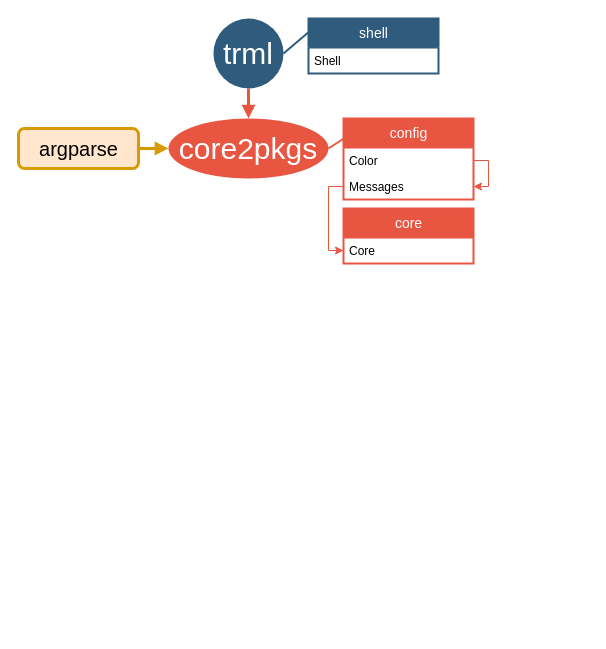
Above: Package_tree.drawio in DmitryRyumin/pkgs (draw.io), before the change. Source tidied: cells renumbered, new cells numbered last; positions are measured from the earlier drawing's top-left corner, leaving out a move shared by most shapes. Both pictures are drawn from the tidied source at 100%, with x=0, y=0 at pixel (18, 18).
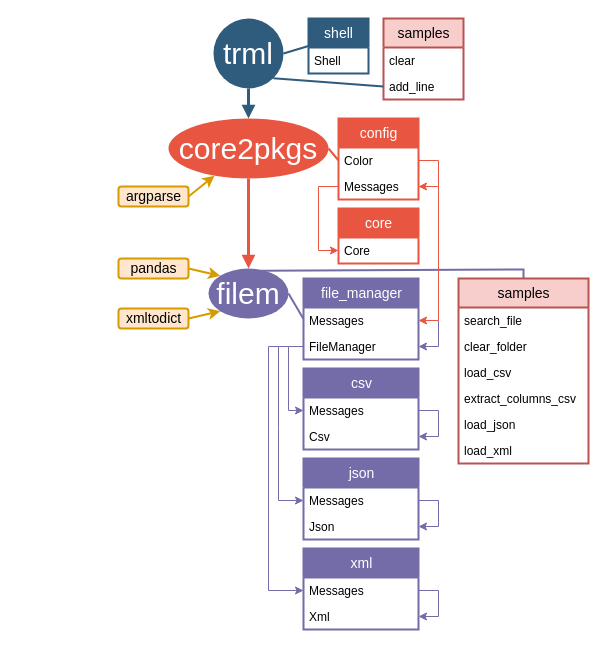
The same diagram, later.

The change refers to these unchanged cells:
```xml
<mxCell id="4" value="trml" style="ellipse;whiteSpace=wrap;html=1;shadow=0;fontFamily=Helvetica;fontSize=30;fontColor=#FFFFFF;align=center;strokeColor=none;strokeWidth=6;fillColor=#2F5B7C;fontStyle=0;gradientColor=none;" parent="1" vertex="1">
  <mxGeometry x="195" width="70" height="70" as="geometry" />
</mxCell>
<mxCell id="5" value="core2pkgs" style="ellipse;whiteSpace=wrap;html=1;shadow=0;fontFamily=Helvetica;fontSize=30;fontColor=#FFFFFF;align=center;strokeColor=none;strokeWidth=6;fillColor=#E85642;fontStyle=0;gradientColor=none;" parent="1" vertex="1">
  <mxGeometry x="150" y="100" width="160" height="60" as="geometry" />
</mxCell>
```

What changed in the source:
```diff
@@
+    <mxCell id="18" style="edgeStyle=none;endArrow=none;strokeWidth=2;strokeColor=#736CA8;html=1;entryX=0.5;entryY=0;entryDx=0;entryDy=0;rounded=0;exitX=0.647;exitY=0.043;exitDx=0;exitDy=0;exitPerimeter=0;" parent="1" edge="1" source="23" target="50">
+      <mxGeometry x="-624.5" y="-85" as="geometry">
+        <Array as="points">
+          <mxPoint x="505" y="251" />
+        </Array>
+      </mxGeometry>
+    </mxCell>
-    <mxCell id="2" style="edgeStyle=none;endArrow=none;strokeWidth=2;strokeColor=#2F5B7C;html=1;entryX=1;entryY=0.5;entryDx=0;entryDy=0;exitX=0;exitY=0.25;exitDx=0;exitDy=0;" parent="1" edge="1" source="6" target="4">
+    <mxCell id="2" style="edgeStyle=none;endArrow=none;strokeWidth=2;strokeColor=#2F5B7C;html=1;entryX=1;entryY=0.5;entryDx=0;entryDy=0;exitX=0;exitY=0.5;exitDx=0;exitDy=0;" parent="1" edge="1" source="6" target="4">
       <mxGeometry x="-644.5" y="-105" as="geometry" />
     </mxCell>
-    <mxCell id="3" style="edgeStyle=orthogonalEdgeStyle;rounded=0;jettySize=auto;html=1;startSize=30;strokeColor=#E85642;strokeWidth=3;fontSize=30;fontColor=#000000;endArrow=block;endFill=1;" parent="1" edge="1" source="4" target="5">
+    <mxCell id="3" style="edgeStyle=orthogonalEdgeStyle;rounded=0;jettySize=auto;html=1;startSize=30;strokeColor=#2F5B7C;strokeWidth=3;fontSize=30;fontColor=#000000;endArrow=block;endFill=1;" parent="1" edge="1" source="4" target="5">
       <mxGeometry relative="1" as="geometry" />
     </mxCell>
@@
     <mxCell id="6" value="shell" style="swimlane;fontStyle=0;horizontal=1;startSize=29;fillColor=#2F5B7C;swimlaneFillColor=#ffffff;align=center;fontSize=14;rounded=0;shadow=0;strokeWidth=2;fontColor=#FFFFFF;spacing=2;spacingTop=0;strokeColor=#2F5B7C;swimlaneLine=1;html=1;overflow=visible;" parent="1" vertex="1">
-      <mxGeometry x="290" width="130" height="55" as="geometry" />
+      <mxGeometry x="290" width="60" height="55" as="geometry" />
     </mxCell>
     <mxCell id="7" value="Shell" style="text;spacingLeft=4;spacingRight=4;overflow=hidden;fontSize=12;perimeterSpacing=0;" parent="6" vertex="1">
-      <mxGeometry y="29" width="130" height="26" as="geometry" />
+      <mxGeometry y="29" width="60" height="26" as="geometry" />
     </mxCell>
-    <mxCell id="8" style="edgeStyle=none;endArrow=none;strokeWidth=2;strokeColor=#E85642;html=1;entryX=1;entryY=0.5;entryDx=0;entryDy=0;exitX=0;exitY=0.25;exitDx=0;exitDy=0;rounded=1;" parent="1" edge="1" source="9" target="5">
+    <mxCell id="8" style="edgeStyle=none;endArrow=none;strokeWidth=2;strokeColor=#E85642;html=1;entryX=1;entryY=0.5;entryDx=0;entryDy=0;exitX=0;exitY=0.5;exitDx=0;exitDy=0;rounded=1;" parent="1" edge="1" source="10" target="5">
       <mxGeometry x="-609.5" y="-5" as="geometry" />
     </mxCell>
     <mxCell id="9" value="config" style="swimlane;fontStyle=0;horizontal=1;startSize=29;fillColor=#E85642;swimlaneFillColor=#ffffff;align=center;fontSize=14;rounded=0;shadow=0;strokeWidth=2;fontColor=#FFFFFF;spacing=2;spacingTop=0;strokeColor=#E85642;swimlaneLine=1;html=1;overflow=visible;" parent="1" vertex="1">
-      <mxGeometry x="325" y="100" width="130" height="81" as="geometry" />
+      <mxGeometry x="320" y="100" width="80" height="81" as="geometry" />
     </mxCell>
     <mxCell id="10" value="Color" style="text;spacingLeft=4;spacingRight=4;overflow=hidden;points=[[0,0.5],[1,0.5]];portConstraint=eastwest;fontSize=12;perimeterSpacing=0;" parent="9" vertex="1">
-      <mxGeometry y="29" width="130" height="26" as="geometry" />
+      <mxGeometry y="29" width="80" height="26" as="geometry" />
     </mxCell>
     <mxCell id="11" value="Messages" style="text;spacingLeft=4;spacingRight=4;overflow=hidden;points=[[0,0.5],[1,0.5]];portConstraint=eastwest;fontSize=12;perimeterSpacing=0;" parent="9" vertex="1">
-      <mxGeometry y="55" width="130" height="26" as="geometry" />
+      <mxGeometry y="55" width="80" height="26" as="geometry" />
     </mxCell>
     <mxCell id="12" style="edgeStyle=none;endArrow=classic;strokeWidth=1;strokeColor=#E85642;html=1;entryX=1;entryY=0.5;entryDx=0;entryDy=0;rounded=0;exitX=1;exitY=0.5;exitDx=0;exitDy=0;endFill=1;" parent="9" edge="1" source="10" target="11">
       <mxGeometry x="-1934.5" y="-105" as="geometry">
         <Array as="points">
-          <mxPoint x="145" y="42" />
-          <mxPoint x="145" y="68" />
+          <mxPoint x="100" y="42" />
+          <mxPoint x="100" y="68" />
         </Array>
       </mxGeometry>
     </mxCell>
-    <mxCell id="13" style="edgeStyle=orthogonalEdgeStyle;rounded=1;jettySize=auto;html=1;startSize=30;endArrow=block;endFill=1;strokeColor=#D79B00;strokeWidth=3;fontSize=30;fontColor=#000000;" parent="1" edge="1" source="14" target="5">
+    <mxCell id="13" style="rounded=1;jettySize=auto;html=1;startSize=30;endArrow=classic;endFill=1;strokeColor=#D79B00;strokeWidth=2;fontSize=30;fontColor=#000000;exitX=1;exitY=0.5;exitDx=0;exitDy=0;" parent="1" edge="1" source="14" target="5">
       <mxGeometry relative="1" as="geometry" />
     </mxCell>
-    <mxCell id="14" value="&lt;pre&gt;&lt;font face=&quot;Helvetica&quot; style=&quot;font-size: 20px&quot;&gt;argparse&lt;/font&gt;&lt;/pre&gt;" style="rounded=1;fillColor=#ffe6cc;strokeColor=#D79B00;strokeWidth=3;shadow=0;html=1;" parent="1" vertex="1">
-      <mxGeometry y="110" width="120" height="40" as="geometry" />
+    <mxCell id="14" value="&lt;pre style=&quot;font-size: 14px;&quot;&gt;&lt;font face=&quot;Helvetica&quot; style=&quot;font-size: 14px;&quot;&gt;argparse&lt;/font&gt;&lt;/pre&gt;" style="rounded=1;fillColor=#ffe6cc;strokeColor=#D79B00;strokeWidth=2;shadow=0;html=1;fontSize=14;" parent="1" vertex="1">
+      <mxGeometry x="100" y="168" width="70" height="20" as="geometry" />
     </mxCell>
     <mxCell id="15" value="core" style="swimlane;fontStyle=0;horizontal=1;startSize=29;fillColor=#E85642;swimlaneFillColor=#ffffff;align=center;fontSize=14;rounded=0;shadow=0;strokeWidth=2;fontColor=#FFFFFF;spacing=2;spacingTop=0;strokeColor=#E85642;swimlaneLine=1;html=1;overflow=visible;" parent="1" vertex="1">
-      <mxGeometry x="325" y="190" width="130" height="55" as="geometry" />
+      <mxGeometry x="320" y="190" width="80" height="55" as="geometry" />
     </mxCell>
     <mxCell id="16" value="Core" style="text;spacingLeft=4;spacingRight=4;overflow=hidden;points=[[0,0.5],[1,0.5]];portConstraint=eastwest;fontSize=12;perimeterSpacing=0;" parent="15" vertex="1">
-      <mxGeometry y="29" width="130" height="26" as="geometry" />
+      <mxGeometry y="29" width="80" height="26" as="geometry" />
     </mxCell>
     <mxCell id="17" style="edgeStyle=none;endArrow=classic;strokeWidth=1;strokeColor=#E85642;html=1;entryX=0;entryY=0.5;entryDx=0;entryDy=0;rounded=0;exitX=0;exitY=0.5;exitDx=0;exitDy=0;endFill=1;" parent="1" edge="1" source="11" target="16">
       <mxGeometry x="-599.5" y="95" as="geometry">
         <Array as="points">
-          <mxPoint x="310" y="168" />
-          <mxPoint x="310" y="232" />
+          <mxPoint x="300" y="168" />
+          <mxPoint x="300" y="232" />
         </Array>
       </mxGeometry>
     </mxCell>
+    <mxCell id="19" value="samples" style="swimlane;fontStyle=0;horizontal=1;startSize=29;fillColor=#f8cecc;swimlaneFillColor=#ffffff;align=center;fontSize=14;rounded=0;shadow=0;strokeWidth=2;spacing=2;spacingTop=0;strokeColor=#B85450;swimlaneLine=1;html=1;overflow=visible;" parent="1" vertex="1">
+      <mxGeometry x="365" width="80" height="81" as="geometry" />
+    </mxCell>
+    <mxCell id="20" value="clear" style="text;spacingLeft=4;spacingRight=4;overflow=hidden;fontSize=12;perimeterSpacing=0;" parent="19" vertex="1">
+      <mxGeometry y="29" width="80" height="26" as="geometry" />
+    </mxCell>
+    <mxCell id="21" value="add_line" style="text;spacingLeft=4;spacingRight=4;overflow=hidden;points=[[0,0.5],[1,0.5]];portConstraint=eastwest;fontSize=12;perimeterSpacing=0;" parent="19" vertex="1">
+      <mxGeometry y="55" width="80" height="26" as="geometry" />
+    </mxCell>
+    <mxCell id="22" style="edgeStyle=none;endArrow=none;strokeWidth=2;strokeColor=#2F5B7C;html=1;entryX=1;entryY=1;entryDx=0;entryDy=0;rounded=0;exitX=0;exitY=0.5;exitDx=0;exitDy=0;" parent="1" edge="1" source="21" target="4">
+      <mxGeometry x="-634.5" y="-95" as="geometry" />
+    </mxCell>
+    <mxCell id="23" value="filem" style="ellipse;whiteSpace=wrap;html=1;shadow=0;fontFamily=Helvetica;fontSize=30;fontColor=#FFFFFF;align=center;strokeColor=none;strokeWidth=6;fillColor=#736CA8;fontStyle=0;gradientColor=none;" parent="1" vertex="1">
+      <mxGeometry x="190" y="250" width="80" height="50" as="geometry" />
+    </mxCell>
+    <mxCell id="24" style="edgeStyle=orthogonalEdgeStyle;rounded=0;jettySize=auto;html=1;startSize=30;strokeColor=#E85642;strokeWidth=3;fontSize=30;fontColor=#000000;endArrow=block;endFill=1;exitX=0.5;exitY=1;exitDx=0;exitDy=0;entryX=0.5;entryY=0;entryDx=0;entryDy=0;" parent="1" edge="1" source="5" target="23">
+      <mxGeometry relative="1" as="geometry" />
+    </mxCell>
+    <mxCell id="25" style="rounded=1;jettySize=auto;html=1;startSize=30;endArrow=classic;endFill=1;strokeColor=#D79B00;strokeWidth=2;fontSize=30;fontColor=#000000;exitX=1;exitY=0.5;exitDx=0;exitDy=0;entryX=0;entryY=0;entryDx=0;entryDy=0;" parent="1" edge="1" source="26" target="23">
+      <mxGeometry relative="1" as="geometry" />
+    </mxCell>
+    <mxCell id="26" value="&lt;pre style=&quot;font-size: 14px&quot;&gt;&lt;font face=&quot;Helvetica&quot; style=&quot;font-size: 14px&quot;&gt;pandas&lt;/font&gt;&lt;/pre&gt;" style="rounded=1;fillColor=#ffe6cc;strokeColor=#D79B00;strokeWidth=2;shadow=0;html=1;fontSize=14;" parent="1" vertex="1">
+      <mxGeometry x="100" y="240" width="70" height="20" as="geometry" />
+    </mxCell>
+    <mxCell id="27" style="rounded=1;jettySize=auto;html=1;startSize=30;endArrow=classic;endFill=1;strokeColor=#D79B00;strokeWidth=2;fontSize=30;fontColor=#000000;exitX=1;exitY=0.5;exitDx=0;exitDy=0;entryX=0;entryY=1;entryDx=0;entryDy=0;" parent="1" edge="1" source="28" target="23">
+      <mxGeometry relative="1" as="geometry" />
+    </mxCell>
+    <mxCell id="28" value="&lt;pre style=&quot;font-size: 14px&quot;&gt;&lt;font face=&quot;Helvetica&quot; style=&quot;font-size: 14px&quot;&gt;xmltodict&lt;/font&gt;&lt;/pre&gt;" style="rounded=1;fillColor=#ffe6cc;strokeColor=#D79B00;strokeWidth=2;shadow=0;html=1;fontSize=14;" parent="1" vertex="1">
+      <mxGeometry x="100" y="290" width="70" height="20" as="geometry" />
+    </mxCell>
+    <mxCell id="29" value="file_manager" style="swimlane;fontStyle=0;horizontal=1;startSize=29;fillColor=#736CA8;swimlaneFillColor=#ffffff;align=center;fontSize=14;rounded=0;shadow=0;strokeWidth=2;fontColor=#FFFFFF;spacing=2;spacingTop=0;strokeColor=#736CA8;swimlaneLine=1;html=1;overflow=visible;" parent="1" vertex="1">
+      <mxGeometry x="285" y="260" width="115" height="81" as="geometry" />
+    </mxCell>
+    <mxCell id="30" value="Messages" style="text;spacingLeft=4;spacingRight=4;overflow=hidden;points=[[0,0.5],[1,0.5]];portConstraint=eastwest;fontSize=12;perimeterSpacing=0;" parent="29" vertex="1">
+      <mxGeometry y="29" width="115" height="26" as="geometry" />
+    </mxCell>
+    <mxCell id="31" value="FileManager" style="text;spacingLeft=4;spacingRight=4;overflow=hidden;points=[[0,0.5],[1,0.5]];portConstraint=eastwest;fontSize=12;perimeterSpacing=0;" parent="29" vertex="1">
+      <mxGeometry y="55" width="115" height="26" as="geometry" />
+    </mxCell>
+    <mxCell id="32" style="edgeStyle=none;endArrow=classic;strokeWidth=1;strokeColor=#736CA8;html=1;entryX=1;entryY=0.5;entryDx=0;entryDy=0;rounded=0;endFill=1;" parent="29" edge="1" target="31">
+      <mxGeometry x="-3219.5" y="-365" as="geometry">
+        <mxPoint x="135" y="42" as="sourcePoint" />
+        <Array as="points">
+          <mxPoint x="135" y="68" />
+        </Array>
+      </mxGeometry>
+    </mxCell>
+    <mxCell id="33" style="edgeStyle=none;endArrow=none;strokeWidth=2;strokeColor=#736CA8;html=1;entryX=1;entryY=0.5;entryDx=0;entryDy=0;exitX=0;exitY=0.5;exitDx=0;exitDy=0;rounded=1;" parent="1" edge="1" source="29" target="23">
+      <mxGeometry x="-599.5" y="5" as="geometry" />
+    </mxCell>
+    <mxCell id="34" style="edgeStyle=none;endArrow=classic;strokeWidth=1;strokeColor=#E85642;html=1;rounded=0;endFill=1;entryX=1;entryY=0.5;entryDx=0;entryDy=0;" parent="1" edge="1" target="30">
+      <mxGeometry x="-3209.5" y="-355" as="geometry">
+        <mxPoint x="420" y="168" as="sourcePoint" />
+        <Array as="points">
+          <mxPoint x="420" y="302" />
+        </Array>
+      </mxGeometry>
+    </mxCell>
+    <mxCell id="35" value="csv" style="swimlane;fontStyle=0;horizontal=1;startSize=29;fillColor=#736CA8;swimlaneFillColor=#ffffff;align=center;fontSize=14;rounded=0;shadow=0;strokeWidth=2;fontColor=#FFFFFF;spacing=2;spacingTop=0;strokeColor=#736CA8;swimlaneLine=1;html=1;overflow=visible;" parent="1" vertex="1">
+      <mxGeometry x="285" y="350" width="115" height="81" as="geometry" />
+    </mxCell>
+    <mxCell id="36" value="Messages" style="text;spacingLeft=4;spacingRight=4;overflow=hidden;points=[[0,0.5],[1,0.5]];portConstraint=eastwest;fontSize=12;perimeterSpacing=0;" parent="35" vertex="1">
+      <mxGeometry y="29" width="115" height="26" as="geometry" />
+    </mxCell>
+    <mxCell id="37" value="Csv" style="text;spacingLeft=4;spacingRight=4;overflow=hidden;points=[[0,0.5],[1,0.5]];portConstraint=eastwest;fontSize=12;perimeterSpacing=0;" parent="35" vertex="1">
+      <mxGeometry y="55" width="115" height="26" as="geometry" />
+    </mxCell>
+    <mxCell id="38" style="edgeStyle=none;endArrow=classic;strokeWidth=1;strokeColor=#736CA8;html=1;entryX=1;entryY=0.5;entryDx=0;entryDy=0;rounded=0;endFill=1;exitX=1;exitY=0.5;exitDx=0;exitDy=0;" parent="35" edge="1" source="36" target="37">
+      <mxGeometry x="-3209.5" y="-355" as="geometry">
+        <Array as="points">
+          <mxPoint x="135" y="42" />
+          <mxPoint x="135" y="68" />
+        </Array>
+      </mxGeometry>
+    </mxCell>
+    <mxCell id="39" style="edgeStyle=none;endArrow=classic;strokeWidth=1;strokeColor=#736CA8;html=1;entryX=0;entryY=0.5;entryDx=0;entryDy=0;rounded=0;endFill=1;exitX=0;exitY=0.5;exitDx=0;exitDy=0;" parent="1" edge="1" source="31" target="36">
+      <mxGeometry x="-1924.5" y="-5" as="geometry">
+        <Array as="points">
+          <mxPoint x="270" y="328" />
+          <mxPoint x="270" y="392" />
+        </Array>
+      </mxGeometry>
+    </mxCell>
+    <mxCell id="40" value="json" style="swimlane;fontStyle=0;horizontal=1;startSize=29;fillColor=#736CA8;swimlaneFillColor=#ffffff;align=center;fontSize=14;rounded=0;shadow=0;strokeWidth=2;fontColor=#FFFFFF;spacing=2;spacingTop=0;strokeColor=#736CA8;swimlaneLine=1;html=1;overflow=visible;" parent="1" vertex="1">
+      <mxGeometry x="285" y="440" width="115" height="81" as="geometry" />
+    </mxCell>
+    <mxCell id="41" value="Messages" style="text;spacingLeft=4;spacingRight=4;overflow=hidden;points=[[0,0.5],[1,0.5]];portConstraint=eastwest;fontSize=12;perimeterSpacing=0;" parent="40" vertex="1">
+      <mxGeometry y="29" width="115" height="26" as="geometry" />
+    </mxCell>
+    <mxCell id="42" value="Json" style="text;spacingLeft=4;spacingRight=4;overflow=hidden;points=[[0,0.5],[1,0.5]];portConstraint=eastwest;fontSize=12;perimeterSpacing=0;" parent="40" vertex="1">
+      <mxGeometry y="55" width="115" height="26" as="geometry" />
+    </mxCell>
+    <mxCell id="43" style="edgeStyle=none;endArrow=classic;strokeWidth=1;strokeColor=#736CA8;html=1;entryX=1;entryY=0.5;entryDx=0;entryDy=0;rounded=0;endFill=1;exitX=1;exitY=0.5;exitDx=0;exitDy=0;" parent="40" edge="1" source="41" target="42">
+      <mxGeometry x="-3209.5" y="-355" as="geometry">
+        <Array as="points">
+          <mxPoint x="135" y="42" />
+          <mxPoint x="135" y="68" />
+        </Array>
+      </mxGeometry>
+    </mxCell>
+    <mxCell id="44" style="edgeStyle=none;endArrow=classic;strokeWidth=1;strokeColor=#736CA8;html=1;entryX=0;entryY=0.5;entryDx=0;entryDy=0;rounded=0;endFill=1;exitX=0;exitY=0.5;exitDx=0;exitDy=0;" parent="1" edge="1" target="41">
+      <mxGeometry x="-1939.5" y="-5" as="geometry">
+        <mxPoint x="270" y="328" as="sourcePoint" />
+        <Array as="points">
+          <mxPoint x="260" y="328" />
+          <mxPoint x="260" y="410" />
+          <mxPoint x="260" y="482" />
+        </Array>
+      </mxGeometry>
+    </mxCell>
+    <mxCell id="45" value="xml" style="swimlane;fontStyle=0;horizontal=1;startSize=29;fillColor=#736CA8;swimlaneFillColor=#ffffff;align=center;fontSize=14;rounded=0;shadow=0;strokeWidth=2;fontColor=#FFFFFF;spacing=2;spacingTop=0;strokeColor=#736CA8;swimlaneLine=1;html=1;overflow=visible;" parent="1" vertex="1">
+      <mxGeometry x="285" y="530" width="115" height="81" as="geometry" />
+    </mxCell>
+    <mxCell id="46" value="Messages" style="text;spacingLeft=4;spacingRight=4;overflow=hidden;points=[[0,0.5],[1,0.5]];portConstraint=eastwest;fontSize=12;perimeterSpacing=0;" parent="45" vertex="1">
+      <mxGeometry y="29" width="115" height="26" as="geometry" />
+    </mxCell>
+    <mxCell id="47" value="Xml" style="text;spacingLeft=4;spacingRight=4;overflow=hidden;points=[[0,0.5],[1,0.5]];portConstraint=eastwest;fontSize=12;perimeterSpacing=0;" parent="45" vertex="1">
+      <mxGeometry y="55" width="115" height="26" as="geometry" />
+    </mxCell>
+    <mxCell id="48" style="edgeStyle=none;endArrow=classic;strokeWidth=1;strokeColor=#736CA8;html=1;entryX=1;entryY=0.5;entryDx=0;entryDy=0;rounded=0;endFill=1;exitX=1;exitY=0.5;exitDx=0;exitDy=0;" parent="45" edge="1" source="46" target="47">
+      <mxGeometry x="-3209.5" y="-355" as="geometry">
+        <Array as="points">
+          <mxPoint x="135" y="42" />
+          <mxPoint x="135" y="68" />
+        </Array>
+      </mxGeometry>
+    </mxCell>
+    <mxCell id="49" style="edgeStyle=none;endArrow=classic;strokeWidth=1;strokeColor=#736CA8;html=1;entryX=0;entryY=0.5;entryDx=0;entryDy=0;rounded=0;endFill=1;" parent="1" edge="1" target="46">
+      <mxGeometry x="-1954.5" y="-5" as="geometry">
+        <mxPoint x="260" y="328" as="sourcePoint" />
+        <Array as="points">
+          <mxPoint x="250" y="328" />
+          <mxPoint x="250" y="572" />
+        </Array>
+      </mxGeometry>
+    </mxCell>
+    <mxCell id="50" value="samples" style="swimlane;fontStyle=0;horizontal=1;startSize=29;fillColor=#f8cecc;swimlaneFillColor=#ffffff;align=center;fontSize=14;rounded=0;shadow=0;strokeWidth=2;spacing=2;spacingTop=0;strokeColor=#B85450;swimlaneLine=1;html=1;overflow=visible;" parent="1" vertex="1">
+      <mxGeometry x="440" y="260" width="130" height="185" as="geometry" />
+    </mxCell>
+    <mxCell id="51" value="search_file" style="text;spacingLeft=4;spacingRight=4;overflow=hidden;fontSize=12;perimeterSpacing=0;" parent="50" vertex="1">
+      <mxGeometry y="29" width="130" height="26" as="geometry" />
+    </mxCell>
+    <mxCell id="52" value="clear_folder" style="text;spacingLeft=4;spacingRight=4;overflow=hidden;fontSize=12;perimeterSpacing=0;" parent="50" vertex="1">
+      <mxGeometry y="55" width="130" height="26" as="geometry" />
+    </mxCell>
+    <mxCell id="53" value="load_csv" style="text;spacingLeft=4;spacingRight=4;overflow=hidden;fontSize=12;perimeterSpacing=0;" parent="50" vertex="1">
+      <mxGeometry y="81" width="130" height="26" as="geometry" />
+    </mxCell>
+    <mxCell id="54" value="extract_columns_csv" style="text;spacingLeft=4;spacingRight=4;overflow=hidden;fontSize=12;perimeterSpacing=0;" parent="50" vertex="1">
+      <mxGeometry y="107" width="130" height="26" as="geometry" />
+    </mxCell>
+    <mxCell id="55" value="load_json" style="text;spacingLeft=4;spacingRight=4;overflow=hidden;fontSize=12;perimeterSpacing=0;" parent="50" vertex="1">
+      <mxGeometry y="133" width="130" height="26" as="geometry" />
+    </mxCell>
+    <mxCell id="56" value="load_xml" style="text;spacingLeft=4;spacingRight=4;overflow=hidden;fontSize=12;perimeterSpacing=0;" parent="50" vertex="1">
+      <mxGeometry y="159" width="130" height="26" as="geometry" />
+    </mxCell>
```
